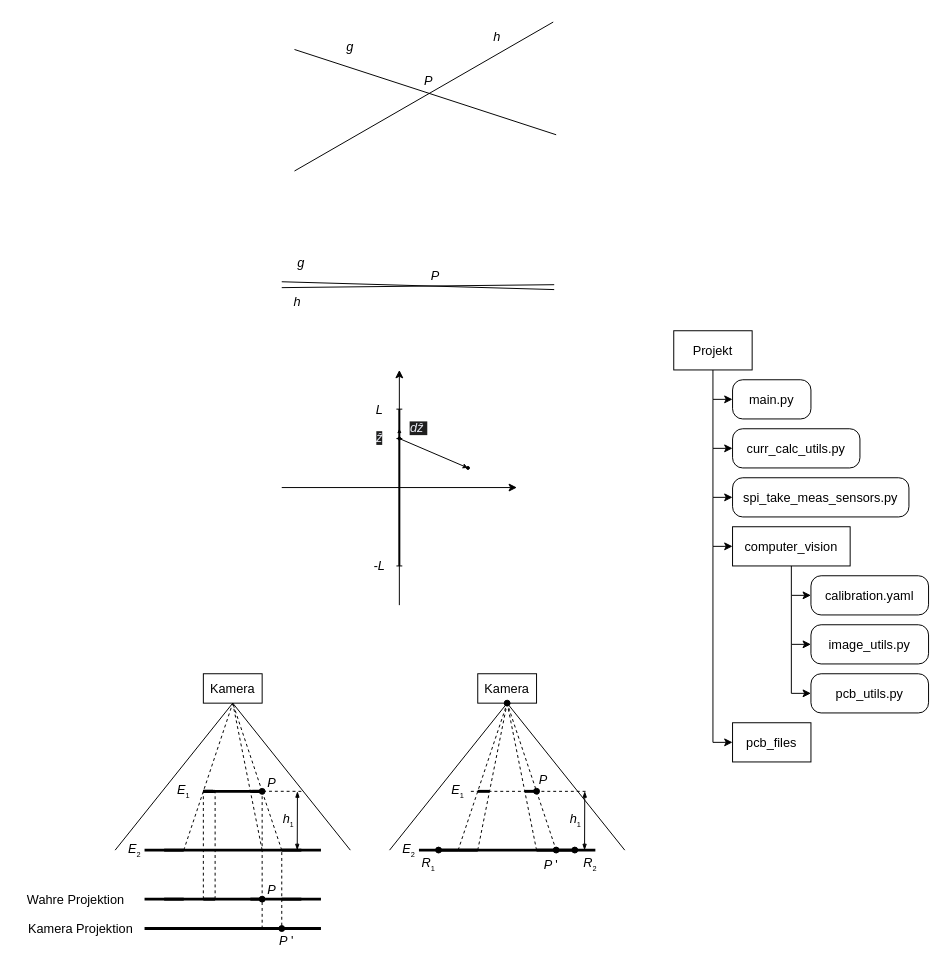
Before: Masterarbeit.drawio in reinlten/TPA_Kolb, a draw.io diagram. Source tidied: cells renumbered, new cells numbered last; positions are measured from the earlier drawing's top-left corner, leaving out a move shared by most shapes. Both pictures are drawn from the tidied source at 98%, with x=0, y=0 at pixel (17, 17).
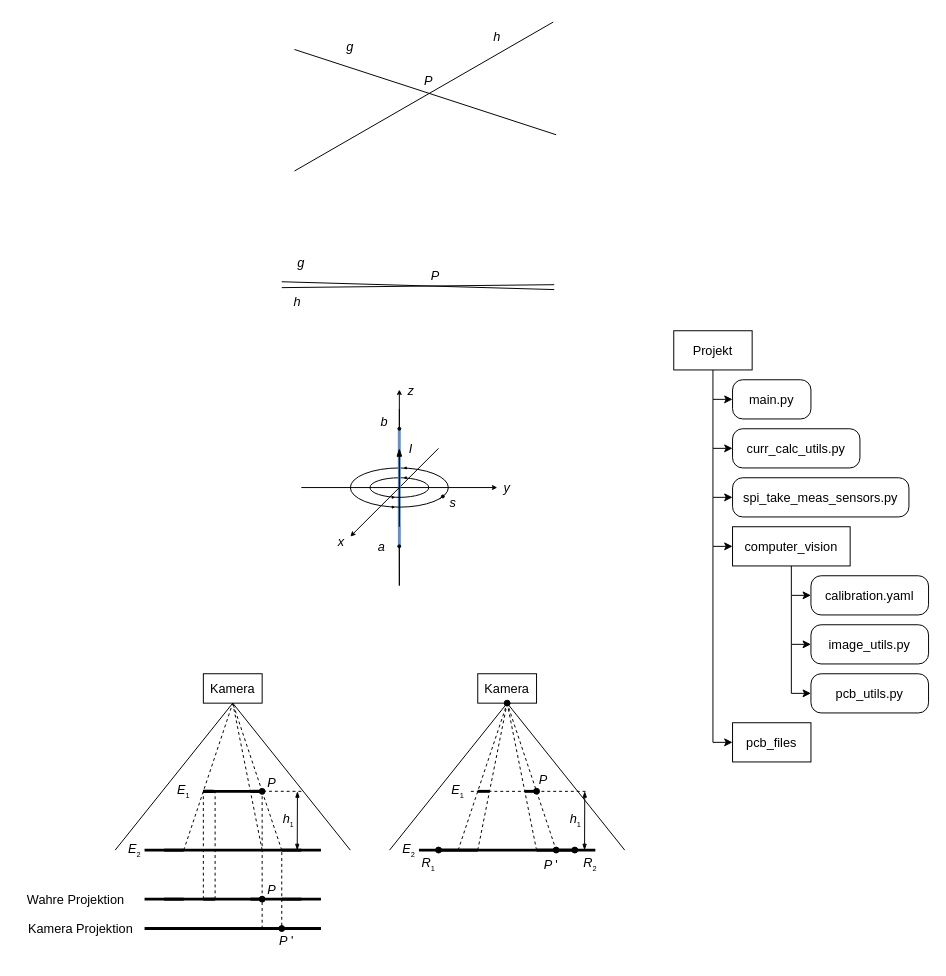
The same diagram, later.

Change to the diagram source:
```diff
@@
+    <mxCell id="17" style="endArrow=classic;html=1;rounded=0;strokeColor=light-dark(#000000,#000000);jumpSize=3;endSize=3;" parent="1" edge="1">
+      <mxGeometry relative="1" as="geometry">
+        <mxPoint x="390" y="580" as="sourcePoint" />
+        <mxPoint x="390" y="380" as="targetPoint" />
+      </mxGeometry>
+    </mxCell>
+    <mxCell id="121" style="endArrow=none;html=1;rounded=0;strokeWidth=3;fillColor=#dae8fc;strokeColor=#6c8ebf;" parent="1" edge="1">
+      <mxGeometry relative="1" as="geometry">
+        <mxPoint x="390" y="540" as="sourcePoint" />
+        <mxPoint x="389.9" y="480" as="targetPoint" />
+      </mxGeometry>
+    </mxCell>
@@
-    <mxCell id="4" value="&lt;span class=&quot;Yjhzub&quot; style=&quot;font-family: Arial, sans-serif; text-align: start; line-height: 100%; background-color: light-dark(rgb(31, 31, 31), rgb(255, 255, 255));&quot;&gt;&lt;font style=&quot;font-size: 13px; color: light-dark(rgb(230, 232, 240), rgb(0, 0, 0));&quot;&gt;&lt;i&gt;ẑ&lt;/i&gt;&lt;/font&gt;&lt;/span&gt;" style="text;html=1;align=center;verticalAlign=middle;whiteSpace=wrap;rounded=0;fontColor=light-dark(#000000,#000000);fontFamily=arial;" parent="1" vertex="1">
-      <mxGeometry x="330" y="410" width="80" height="40" as="geometry" />
-    </mxCell>
-    <mxCell id="5" value="&lt;span class=&quot;Yjhzub&quot; style=&quot;font-family: Arial, sans-serif; text-align: start; line-height: 100%; background-color: light-dark(rgb(31, 31, 31), rgb(255, 255, 255));&quot;&gt;&lt;font style=&quot;font-size: 13px; color: light-dark(rgb(230, 232, 240), rgb(0, 0, 0));&quot;&gt;&lt;i&gt;dẑ&amp;nbsp;&lt;/i&gt;&lt;/font&gt;&lt;/span&gt;" style="text;html=1;align=center;verticalAlign=middle;whiteSpace=wrap;rounded=0;fontColor=light-dark(#000000,#000000);fontFamily=arial;" parent="1" vertex="1">
-      <mxGeometry x="370" y="400" width="80" height="40" as="geometry" />
-    </mxCell>
@@
-    <mxCell id="16" style="endArrow=classic;html=1;rounded=0;strokeColor=light-dark(#000000,#000000);" parent="1" edge="1">
+    <mxCell id="16" style="endArrow=classic;html=1;rounded=0;strokeColor=light-dark(#000000,#000000);endSize=3;" parent="1" edge="1">
       <mxGeometry relative="1" as="geometry">
-        <mxPoint x="270" y="480" as="sourcePoint" />
-        <mxPoint x="510" y="480" as="targetPoint" />
+        <mxPoint x="290" y="480" as="sourcePoint" />
+        <mxPoint x="490" y="480" as="targetPoint" />
       </mxGeometry>
     </mxCell>
-    <mxCell id="17" style="endArrow=classic;html=1;rounded=0;strokeColor=light-dark(#000000,#000000);" parent="1" edge="1">
-      <mxGeometry relative="1" as="geometry">
-        <mxPoint x="390" y="600" as="sourcePoint" />
-        <mxPoint x="390" y="360" as="targetPoint" />
-      </mxGeometry>
-    </mxCell>
@@
-    <mxCell id="19" style="endArrow=none;html=1;rounded=0;strokeColor=light-dark(#000000,#0000FF);strokeWidth=2;" parent="1" edge="1">
-      <mxGeometry relative="1" as="geometry">
-        <mxPoint x="390" y="560" as="sourcePoint" />
-        <mxPoint x="390" y="400" as="targetPoint" />
-      </mxGeometry>
-    </mxCell>
-    <mxCell id="20" style="endArrow=none;html=1;rounded=0;strokeColor=light-dark(#000000,#000000);" parent="1" edge="1">
-      <mxGeometry relative="1" as="geometry">
-        <mxPoint x="387" y="400" as="sourcePoint" />
-        <mxPoint x="393" y="400" as="targetPoint" />
-      </mxGeometry>
-    </mxCell>
-    <mxCell id="21" style="endArrow=none;html=1;rounded=0;strokeColor=light-dark(#000000,#000000);" parent="1" edge="1">
-      <mxGeometry relative="1" as="geometry">
-        <mxPoint x="387" y="560" as="sourcePoint" />
-        <mxPoint x="393" y="560" as="targetPoint" />
-      </mxGeometry>
-    </mxCell>
-    <mxCell id="22" value="&lt;i&gt;&lt;font face=&quot;Helvetica&quot; style=&quot;font-size: 13px;&quot;&gt;L&lt;/font&gt;&lt;/i&gt;" style="text;html=1;align=center;verticalAlign=middle;whiteSpace=wrap;rounded=0;fontColor=light-dark(#000000,#000000);fontFamily=arial;" parent="1" vertex="1">
-      <mxGeometry x="330" y="380" width="80" height="40" as="geometry" />
-    </mxCell>
-    <mxCell id="23" value="&lt;i&gt;&lt;font face=&quot;Helvetica&quot; style=&quot;font-size: 13px;&quot;&gt;-L&lt;/font&gt;&lt;/i&gt;" style="text;html=1;align=center;verticalAlign=middle;whiteSpace=wrap;rounded=0;fontColor=light-dark(#000000,#000000);fontFamily=arial;" parent="1" vertex="1">
-      <mxGeometry x="330" y="540" width="80" height="40" as="geometry" />
-    </mxCell>
-    <mxCell id="24" style="endArrow=none;html=1;rounded=0;strokeColor=light-dark(#000000,#000000);" parent="1" edge="1">
-      <mxGeometry relative="1" as="geometry">
-        <mxPoint x="387" y="430" as="sourcePoint" />
-        <mxPoint x="393" y="430" as="targetPoint" />
-      </mxGeometry>
-    </mxCell>
-    <mxCell id="25" style="endArrow=classic;html=1;rounded=0;strokeColor=light-dark(#000000,#000000);endSize=2;" parent="1" edge="1">
-      <mxGeometry relative="1" as="geometry">
-        <mxPoint x="390" y="430" as="sourcePoint" />
-        <mxPoint x="390" y="420" as="targetPoint" />
-      </mxGeometry>
-    </mxCell>
-    <mxCell id="26" style="endArrow=classic;html=1;rounded=0;strokeColor=light-dark(#000000,#000000);endSize=3;startArrow=oval;startFill=1;startSize=3;" parent="1" edge="1">
-      <mxGeometry relative="1" as="geometry">
-        <mxPoint x="390" y="430" as="sourcePoint" />
-        <mxPoint x="460" y="460" as="targetPoint" />
-      </mxGeometry>
-    </mxCell>
-    <mxCell id="27" style="endArrow=none;html=1;rounded=0;strokeColor=light-dark(#000000,#000000);startArrow=oval;startFill=1;startSize=3;" parent="1" edge="1">
-      <mxGeometry relative="1" as="geometry">
-        <mxPoint x="460" y="460" as="sourcePoint" />
-        <mxPoint x="461" y="460" as="targetPoint" />
-      </mxGeometry>
-    </mxCell>
@@
+    <mxCell id="122" style="endArrow=classic;html=1;rounded=0;strokeColor=light-dark(#000000,#000000);strokeWidth=1;endSize=3;" parent="1" edge="1">
+      <mxGeometry relative="1" as="geometry">
+        <mxPoint x="430" y="440" as="sourcePoint" />
+        <mxPoint x="340" y="530" as="targetPoint" />
+      </mxGeometry>
+    </mxCell>
+    <mxCell id="123" value="&lt;font face=&quot;Helvetica&quot; style=&quot;font-size: 13px;&quot;&gt;&lt;i&gt;a&lt;/i&gt;&lt;/font&gt;" style="text;html=1;align=center;verticalAlign=middle;whiteSpace=wrap;rounded=0;fontColor=light-dark(#000000,#000000);fontFamily=arial;" parent="1" vertex="1">
+      <mxGeometry x="357" y="525" width="30" height="30" as="geometry" />
+    </mxCell>
+    <mxCell id="124" value="&lt;font face=&quot;Helvetica&quot; style=&quot;font-size: 13px;&quot;&gt;&lt;i&gt;b&lt;/i&gt;&lt;/font&gt;" style="text;html=1;align=center;verticalAlign=middle;whiteSpace=wrap;rounded=0;fontColor=light-dark(#000000,#000000);fontFamily=arial;" parent="1" vertex="1">
+      <mxGeometry x="360" y="390" width="30" height="45" as="geometry" />
+    </mxCell>
+    <mxCell id="125" value="&lt;font face=&quot;Helvetica&quot; style=&quot;font-size: 13px; color: light-dark(rgb(0, 0, 0), rgb(255, 0, 0));&quot;&gt;&lt;i&gt;I&lt;/i&gt;&lt;/font&gt;" style="text;html=1;align=center;verticalAlign=middle;whiteSpace=wrap;rounded=0;fontColor=light-dark(#000000,#000000);fontFamily=arial;" parent="1" vertex="1">
+      <mxGeometry x="387" y="425" width="30" height="30" as="geometry" />
+    </mxCell>
+    <mxCell id="126" style="ellipse;whiteSpace=wrap;html=1;fillColor=none;strokeColor=light-dark(#000000,#000000);" parent="1" vertex="1">
+      <mxGeometry x="360" y="470" width="60" height="20" as="geometry" />
+    </mxCell>
+    <mxCell id="127" style="ellipse;whiteSpace=wrap;html=1;fillColor=none;strokeColor=light-dark(#000000,#000000);" parent="1" vertex="1">
+      <mxGeometry x="340" y="460" width="100" height="40" as="geometry" />
+    </mxCell>
+    <mxCell id="128" style="endArrow=block;html=1;rounded=0;strokeColor=light-dark(#000000,#000000);endSize=1;entryX=0.5;entryY=1;entryDx=0;entryDy=0;endFill=1;" parent="1" edge="1">
+      <mxGeometry relative="1" as="geometry">
+        <mxPoint x="383" y="500" as="sourcePoint" />
+        <mxPoint x="385.8" y="500" as="targetPoint" />
+      </mxGeometry>
+    </mxCell>
+    <mxCell id="129" style="endArrow=block;html=1;rounded=0;strokeColor=light-dark(#000000,#000000);endSize=1;entryX=0.5;entryY=1;entryDx=0;entryDy=0;endFill=1;" parent="1" edge="1">
+      <mxGeometry relative="1" as="geometry">
+        <mxPoint x="383" y="490" as="sourcePoint" />
+        <mxPoint x="385.8" y="490" as="targetPoint" />
+      </mxGeometry>
+    </mxCell>
+    <mxCell id="130" style="endArrow=block;html=1;rounded=0;strokeColor=light-dark(#000000,#000000);endSize=1;endFill=1;" parent="1" edge="1">
+      <mxGeometry relative="1" as="geometry">
+        <mxPoint x="397" y="470" as="sourcePoint" />
+        <mxPoint x="394" y="470.1" as="targetPoint" />
+      </mxGeometry>
+    </mxCell>
+    <mxCell id="131" style="endArrow=block;html=1;rounded=0;strokeColor=light-dark(#000000,#000000);endSize=1;endFill=1;" parent="1" edge="1">
+      <mxGeometry relative="1" as="geometry">
+        <mxPoint x="397" y="460" as="sourcePoint" />
+        <mxPoint x="394" y="460.1" as="targetPoint" />
+      </mxGeometry>
+    </mxCell>
+    <mxCell id="132" style="endArrow=none;html=1;rounded=0;strokeWidth=3;fillColor=#dae8fc;strokeColor=#6c8ebf;" parent="1" edge="1">
+      <mxGeometry relative="1" as="geometry">
+        <mxPoint x="390" y="480" as="sourcePoint" />
+        <mxPoint x="389.9" y="420" as="targetPoint" />
+      </mxGeometry>
+    </mxCell>
+    <mxCell id="133" style="endArrow=blockThin;html=1;rounded=0;strokeColor=light-dark(#000000,#FF0000);endFill=1;" parent="1" edge="1">
+      <mxGeometry relative="1" as="geometry">
+        <mxPoint x="390" y="520" as="sourcePoint" />
+        <mxPoint x="390" y="440" as="targetPoint" />
+      </mxGeometry>
+    </mxCell>
+    <mxCell id="134" style="endArrow=oval;html=1;rounded=0;strokeColor=light-dark(#000000,#000000);startArrow=none;startFill=0;endFill=1;endSize=3;" parent="1" edge="1">
+      <mxGeometry relative="1" as="geometry">
+        <mxPoint x="390" y="580" as="sourcePoint" />
+        <mxPoint x="389.9" y="540" as="targetPoint" />
+      </mxGeometry>
+    </mxCell>
+    <mxCell id="135" style="endArrow=oval;html=1;rounded=0;strokeColor=light-dark(#000000,#000000);startArrow=none;startFill=0;endFill=1;endSize=3;" parent="1" edge="1">
+      <mxGeometry relative="1" as="geometry">
+        <mxPoint x="390" y="400" as="sourcePoint" />
+        <mxPoint x="390" y="420" as="targetPoint" />
+      </mxGeometry>
+    </mxCell>
+    <mxCell id="136" value="&lt;font face=&quot;Helvetica&quot; style=&quot;font-size: 13px;&quot;&gt;&lt;i&gt;s&lt;/i&gt;&lt;/font&gt;" style="text;html=1;align=center;verticalAlign=middle;whiteSpace=wrap;rounded=0;fontColor=light-dark(#000000,#000000);fontFamily=arial;" parent="1" vertex="1">
+      <mxGeometry x="430" y="480" width="30" height="30" as="geometry" />
+    </mxCell>
+    <mxCell id="137" style="endArrow=oval;html=1;rounded=0;strokeColor=light-dark(#000000,#000000);endSize=3;entryX=0.944;entryY=0.727;entryDx=0;entryDy=0;endFill=1;exitX=0.911;exitY=0.784;exitDx=0;exitDy=0;exitPerimeter=0;entryPerimeter=0;" parent="1" edge="1" source="127" target="127">
+      <mxGeometry relative="1" as="geometry" />
+    </mxCell>
+    <mxCell id="138" value="&lt;font face=&quot;Helvetica&quot; style=&quot;font-size: 13px;&quot;&gt;&lt;i&gt;x&lt;/i&gt;&lt;/font&gt;" style="text;html=1;align=center;verticalAlign=middle;whiteSpace=wrap;rounded=0;fontColor=light-dark(#000000,#000000);fontFamily=arial;" parent="1" vertex="1">
+      <mxGeometry x="316" y="520" width="30" height="30" as="geometry" />
+    </mxCell>
+    <mxCell id="139" value="&lt;font face=&quot;Helvetica&quot; style=&quot;font-size: 13px;&quot;&gt;&lt;i&gt;y&lt;/i&gt;&lt;/font&gt;" style="text;html=1;align=center;verticalAlign=middle;whiteSpace=wrap;rounded=0;fontColor=light-dark(#000000,#000000);fontFamily=arial;" parent="1" vertex="1">
+      <mxGeometry x="485" y="465" width="30" height="30" as="geometry" />
+    </mxCell>
+    <mxCell id="140" value="&lt;font face=&quot;Helvetica&quot; style=&quot;font-size: 13px;&quot;&gt;&lt;i&gt;z&lt;/i&gt;&lt;/font&gt;" style="text;html=1;align=center;verticalAlign=middle;whiteSpace=wrap;rounded=0;fontColor=light-dark(#000000,#000000);fontFamily=arial;" parent="1" vertex="1">
+      <mxGeometry x="387" y="366" width="30" height="30" as="geometry" />
+    </mxCell>
```
